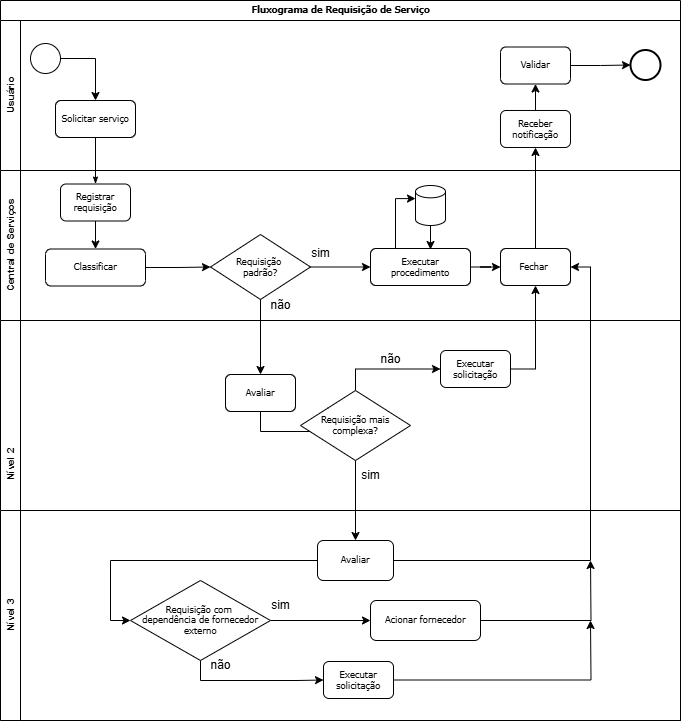
Earlier version of the draw.io export Sprint3/Documentação/TI/Fluxogramas/fluxograma-requisição.drawio.png (Jv-Torelli/safe_Gas). Source tidied: cells renumbered, new cells last; positions are measured from the earlier drawing's top-left corner, leaving out a move shared by most shapes.
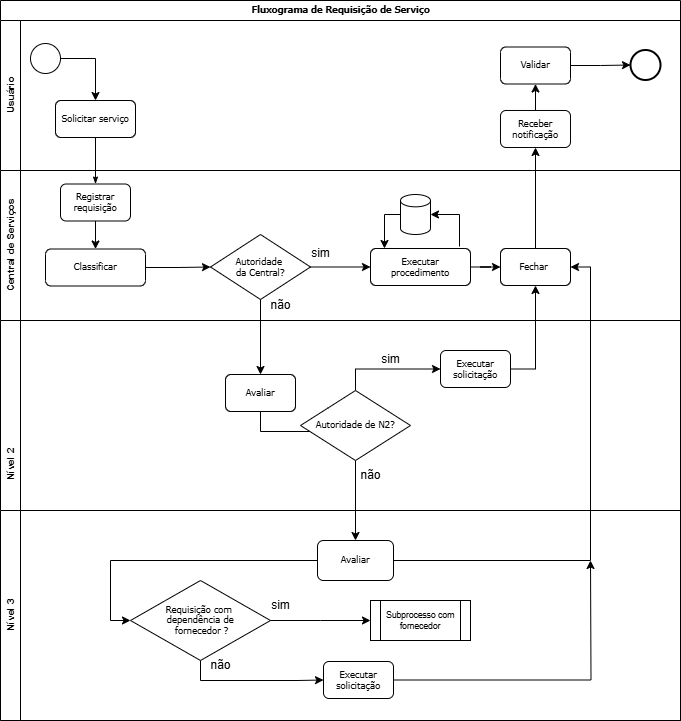
Later version of the same file.

What changed in the source:
```diff
@@ -54,29 +54,29 @@
       <mxGeometry x="370" y="78" width="100" height="37" as="geometry" />
     </mxCell>
     <mxCell id="19" style="shape=cylinder3;whiteSpace=wrap;html=1;boundedLbl=1;backgroundOutline=1;size=6.166666666666686;" parent="12" vertex="1">
-      <mxGeometry x="415" y="15" width="30" height="40" as="geometry" />
+      <mxGeometry x="400" y="24" width="30" height="40" as="geometry" />
     </mxCell>
-    <mxCell id="20" style="edgeStyle=orthogonalEdgeStyle;rounded=0;jettySize=auto;html=1;exitX=0.25;exitY=0;exitDx=0;exitDy=0;entryX=0;entryY=0;entryDx=0;entryDy=13.083333333333343;entryPerimeter=0;" parent="12" edge="1" source="18" target="19">
-      <mxGeometry relative="1" as="geometry" />
-    </mxCell>
     <mxCell id="21" value="&lt;font style=&quot;font-size: 8.5px;&quot;&gt;Fechar&amp;nbsp;&lt;/font&gt;" style="rounded=1;whiteSpace=wrap;html=1;shadow=0;labelBackgroundColor=none;strokeWidth=1;fontFamily=Verdana;fontSize=8;align=center;" parent="12" vertex="1">
       <mxGeometry x="500" y="78" width="70" height="37" as="geometry" />
     </mxCell>
     <mxCell id="22" style="edgeStyle=orthogonalEdgeStyle;rounded=0;jettySize=auto;html=1;exitX=1;exitY=0.5;exitDx=0;exitDy=0;entryX=0;entryY=0.5;entryDx=0;entryDy=0;" parent="12" edge="1" source="23" target="18">
       <mxGeometry relative="1" as="geometry" />
     </mxCell>
-    <mxCell id="23" value="&lt;font style=&quot;font-size: 8.5px;&quot;&gt;Requisição&amp;nbsp;&lt;/font&gt;&lt;div&gt;&lt;font style=&quot;font-size: 8.5px;&quot;&gt;padrão?&lt;/font&gt;&lt;/div&gt;" style="rhombus;whiteSpace=wrap;html=1;fontSize=8;fontFamily=Verdana;rounded=1;shadow=0;labelBackgroundColor=none;strokeWidth=1;arcSize=0;" parent="12" vertex="1">
+    <mxCell id="23" value="&lt;span style=&quot;font-size: 8.5px;&quot;&gt;Autoridade&amp;nbsp;&lt;/span&gt;&lt;div&gt;&lt;span style=&quot;font-size: 8.5px;&quot;&gt;da Central?&lt;/span&gt;&lt;/div&gt;" style="rhombus;whiteSpace=wrap;html=1;fontSize=8;fontFamily=Verdana;rounded=1;shadow=0;labelBackgroundColor=none;strokeWidth=1;arcSize=0;" parent="12" vertex="1">
       <mxGeometry x="210" y="64" width="100" height="65" as="geometry" />
     </mxCell>
-    <mxCell id="24" style="edgeStyle=orthogonalEdgeStyle;rounded=0;jettySize=auto;html=1;exitX=0.5;exitY=1;exitDx=0;exitDy=0;exitPerimeter=0;entryX=0.6;entryY=0.027;entryDx=0;entryDy=0;entryPerimeter=0;" parent="12" edge="1" source="19" target="18">
-      <mxGeometry relative="1" as="geometry" />
-    </mxCell>
     <mxCell id="25" value="sim" style="text;html=1;align=center;verticalAlign=middle;strokeColor=none;fillColor=none;" parent="12" vertex="1">
       <mxGeometry x="300" y="68" width="40" height="30" as="geometry" />
     </mxCell>
     <mxCell id="26" value="não" style="text;html=1;align=center;verticalAlign=middle;strokeColor=none;fillColor=none;" parent="12" vertex="1">
       <mxGeometry x="260" y="120" width="40" height="30" as="geometry" />
     </mxCell>
+    <mxCell id="20" style="edgeStyle=orthogonalEdgeStyle;rounded=0;jettySize=auto;html=1;exitX=0.89;exitY=-0.054;exitDx=0;exitDy=0;entryX=1;entryY=0.5;entryDx=0;entryDy=0;entryPerimeter=0;exitPerimeter=0;" parent="12" edge="1" source="18" target="19">
+      <mxGeometry relative="1" as="geometry" />
+    </mxCell>
+    <mxCell id="24" style="edgeStyle=orthogonalEdgeStyle;rounded=0;jettySize=auto;html=1;exitX=0;exitY=0.5;exitDx=0;exitDy=0;exitPerimeter=0;entryX=0.14;entryY=0;entryDx=0;entryDy=0;entryPerimeter=0;" parent="12" edge="1" source="19" target="18">
+      <mxGeometry relative="1" as="geometry" />
+    </mxCell>
     <mxCell id="27" value="&lt;font style=&quot;font-size: 10px;&quot;&gt;&lt;span style=&quot;white-space: pre;&quot;&gt;&#9;&lt;/span&gt;&lt;span style=&quot;white-space: pre;&quot;&gt;&#9;&lt;/span&gt;&lt;span style=&quot;white-space: pre;&quot;&gt;&#9;&lt;span style=&quot;white-space: pre;&quot;&gt;&#9;&lt;span style=&quot;white-space: pre;&quot;&gt;&#9;&lt;/span&gt;&lt;/span&gt;Nível 2&lt;/span&gt;&lt;/font&gt;" style="swimlane;html=1;startSize=20;horizontal=0;" parent="2" vertex="1">
       <mxGeometry y="320" width="680" height="400" as="geometry" />
     </mxCell>
@@ -98,26 +98,20 @@
     <mxCell id="33" value="&lt;font style=&quot;font-size: 8.5px;&quot;&gt;Avaliar&lt;/font&gt;" style="rounded=1;whiteSpace=wrap;html=1;shadow=0;labelBackgroundColor=none;strokeWidth=1;fontFamily=Verdana;fontSize=8;align=center;" parent="31" vertex="1">
       <mxGeometry x="317" y="30" width="76" height="40" as="geometry" />
     </mxCell>
-    <mxCell id="34" style="edgeStyle=orthogonalEdgeStyle;rounded=0;jettySize=auto;html=1;exitX=1;exitY=0.5;exitDx=0;exitDy=0;" parent="31" edge="1" source="35">
-      <mxGeometry relative="1" as="geometry">
-        <mxPoint x="590" y="50" as="targetPoint" />
-      </mxGeometry>
-    </mxCell>
-    <mxCell id="35" value="&lt;font style=&quot;font-size: 8.5px;&quot;&gt;Acionar fornecedor&lt;/font&gt;" style="rounded=1;whiteSpace=wrap;html=1;shadow=0;labelBackgroundColor=none;strokeWidth=1;fontFamily=Verdana;fontSize=8;align=center;" parent="31" vertex="1">
-      <mxGeometry x="370" y="90" width="110" height="40" as="geometry" />
-    </mxCell>
     <mxCell id="36" style="edgeStyle=orthogonalEdgeStyle;rounded=0;jettySize=auto;html=1;exitX=0.5;exitY=1;exitDx=0;exitDy=0;entryX=0;entryY=0.5;entryDx=0;entryDy=0;" parent="31" edge="1" source="38" target="40">
       <mxGeometry relative="1" as="geometry" />
     </mxCell>
-    <mxCell id="37" style="edgeStyle=orthogonalEdgeStyle;rounded=0;jettySize=auto;html=1;exitX=1;exitY=0.5;exitDx=0;exitDy=0;" parent="31" edge="1" source="38" target="35">
-      <mxGeometry relative="1" as="geometry" />
+    <mxCell id="37" style="edgeStyle=orthogonalEdgeStyle;rounded=0;jettySize=auto;html=1;exitX=1;exitY=0.5;exitDx=0;exitDy=0;" parent="31" edge="1" source="38">
+      <mxGeometry relative="1" as="geometry">
+        <mxPoint x="370" y="110" as="targetPoint" />
+      </mxGeometry>
     </mxCell>
-    <mxCell id="38" value="&lt;font style=&quot;font-size: 8.5px;&quot;&gt;Requisição com&amp;nbsp;&lt;/font&gt;&lt;div&gt;&lt;font style=&quot;font-size: 8.5px;&quot;&gt;dependência de fornecedor externo&lt;/font&gt;&lt;/div&gt;" style="rhombus;whiteSpace=wrap;html=1;fontSize=8;fontFamily=Verdana;rounded=1;shadow=0;labelBackgroundColor=none;strokeWidth=1;arcSize=0;" parent="31" vertex="1">
+    <mxCell id="38" value="&lt;font style=&quot;font-size: 8.5px;&quot;&gt;Requisição com&amp;nbsp;&lt;/font&gt;&lt;div&gt;&lt;font style=&quot;font-size: 8.5px;&quot;&gt;dependência de&lt;/font&gt;&lt;/div&gt;&lt;div&gt;&lt;font style=&quot;font-size: 8.5px;&quot;&gt;&amp;nbsp;fornecedor ?&lt;/font&gt;&lt;/div&gt;" style="rhombus;whiteSpace=wrap;html=1;fontSize=8;fontFamily=Verdana;rounded=1;shadow=0;labelBackgroundColor=none;strokeWidth=1;arcSize=0;" parent="31" vertex="1">
       <mxGeometry x="130" y="70" width="140" height="80" as="geometry" />
     </mxCell>
     <mxCell id="39" style="edgeStyle=orthogonalEdgeStyle;rounded=0;jettySize=auto;html=1;exitX=1;exitY=0.5;exitDx=0;exitDy=0;" parent="31" edge="1" source="40">
       <mxGeometry relative="1" as="geometry">
-        <mxPoint x="590" y="110" as="targetPoint" />
+        <mxPoint x="590" y="50" as="targetPoint" />
       </mxGeometry>
     </mxCell>
     <mxCell id="40" value="&lt;font style=&quot;font-size: 8.5px;&quot;&gt;Executar solicitação&lt;/font&gt;" style="rounded=1;whiteSpace=wrap;html=1;shadow=0;labelBackgroundColor=none;strokeWidth=1;fontFamily=Verdana;fontSize=8;align=center;" parent="31" vertex="1">
@@ -129,10 +123,13 @@
     <mxCell id="42" value="sim" style="text;html=1;align=center;verticalAlign=middle;strokeColor=none;fillColor=none;" parent="31" vertex="1">
       <mxGeometry x="260" y="80" width="40" height="30" as="geometry" />
     </mxCell>
+    <mxCell id="53" value="Subprocesso com fornecedor" style="shape=process;whiteSpace=wrap;html=1;backgroundOutline=1;fontSize=8.5;" parent="31" vertex="1">
+      <mxGeometry x="370" y="90" width="100" height="40" as="geometry" />
+    </mxCell>
-    <mxCell id="43" value="sim" style="text;html=1;align=center;verticalAlign=middle;strokeColor=none;fillColor=none;" parent="27" vertex="1">
+    <mxCell id="43" value="não" style="text;html=1;align=center;verticalAlign=middle;strokeColor=none;fillColor=none;" parent="27" vertex="1">
       <mxGeometry x="350" y="140" width="40" height="30" as="geometry" />
     </mxCell>
-    <mxCell id="44" value="não" style="text;html=1;align=center;verticalAlign=middle;strokeColor=none;fillColor=none;" parent="27" vertex="1">
+    <mxCell id="44" value="sim" style="text;html=1;align=center;verticalAlign=middle;strokeColor=none;fillColor=none;" parent="27" vertex="1">
       <mxGeometry x="370" y="24" width="40" height="30" as="geometry" />
     </mxCell>
     <mxCell id="45" style="edgeStyle=orthogonalEdgeStyle;rounded=0;jettySize=auto;html=1;exitX=0.5;exitY=0;exitDx=0;exitDy=0;entryX=0;entryY=0.5;entryDx=0;entryDy=0;" parent="27" edge="1" source="47" target="30">
@@ -141,7 +138,7 @@
     <mxCell id="46" style="edgeStyle=orthogonalEdgeStyle;rounded=0;jettySize=auto;html=1;exitX=0.5;exitY=1;exitDx=0;exitDy=0;" parent="27" edge="1" source="47" target="33">
       <mxGeometry relative="1" as="geometry" />
     </mxCell>
-    <mxCell id="47" value="&lt;span style=&quot;font-size: 8.5px;&quot;&gt;Requisição mais complexa?&lt;/span&gt;" style="rhombus;whiteSpace=wrap;html=1;fontSize=8;fontFamily=Verdana;rounded=1;shadow=0;labelBackgroundColor=none;strokeWidth=1;arcSize=0;" parent="27" vertex="1">
+    <mxCell id="47" value="&lt;span style=&quot;font-size: 8.5px;&quot;&gt;Autoridade de N2?&lt;/span&gt;" style="rhombus;whiteSpace=wrap;html=1;fontSize=8;fontFamily=Verdana;rounded=1;shadow=0;labelBackgroundColor=none;strokeWidth=1;arcSize=0;" parent="27" vertex="1">
       <mxGeometry x="300" y="70" width="110" height="70" as="geometry" />
     </mxCell>
     <mxCell id="48" style="edgeStyle=orthogonalEdgeStyle;rounded=0;html=1;labelBackgroundColor=none;startArrow=none;startFill=0;startSize=5;endArrow=classicThin;endFill=1;endSize=5;jettySize=auto;strokeWidth=1;fontFamily=Verdana;fontSize=8;entryX=0.5;entryY=0;entryDx=0;entryDy=0;" parent="2" edge="1" source="6" target="14">
```
